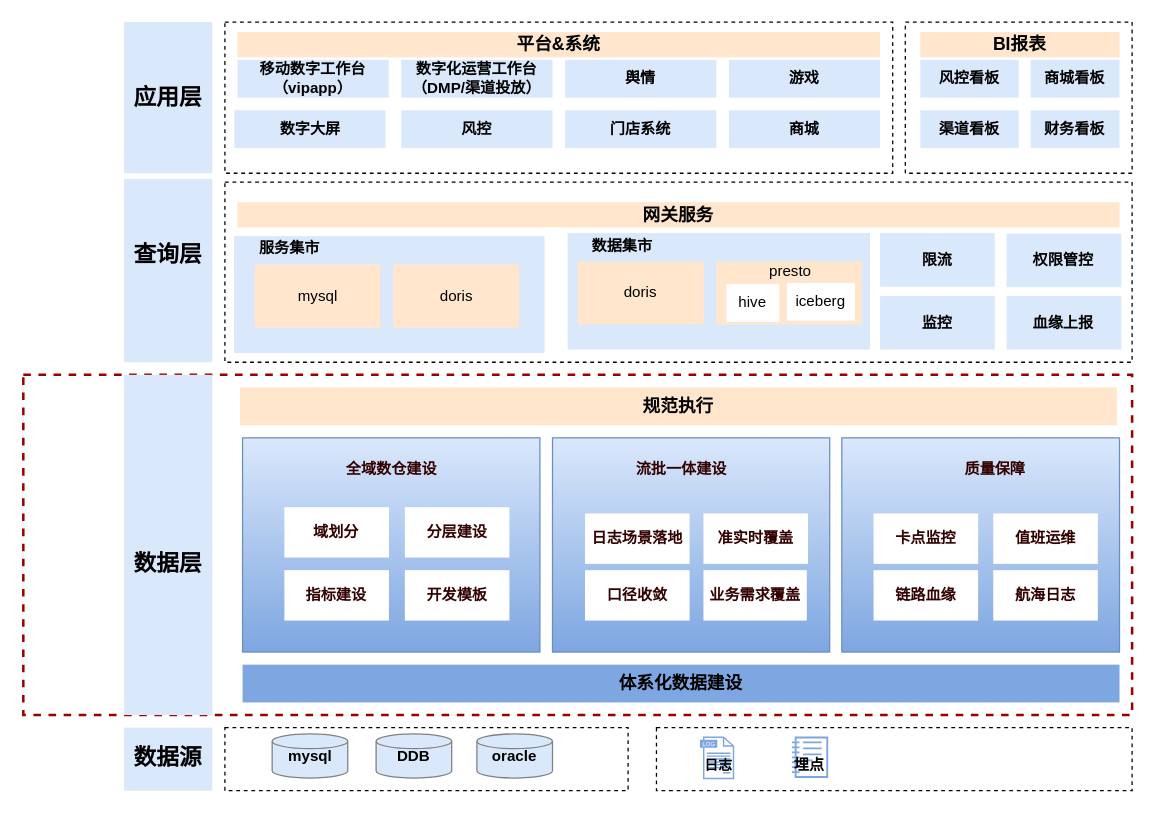
mineminemine123/work-wiki keeps this draw.io diagram as 流量模型设计.drawio. Above is the earlier version. Source tidied: cells renumbered, new cells numbered last; positions are measured from the earlier drawing's top-left corner, leaving out a move shared by most shapes. Both pictures are drawn from the tidied source at 126%, with x=0, y=0 at pixel (23, 21).
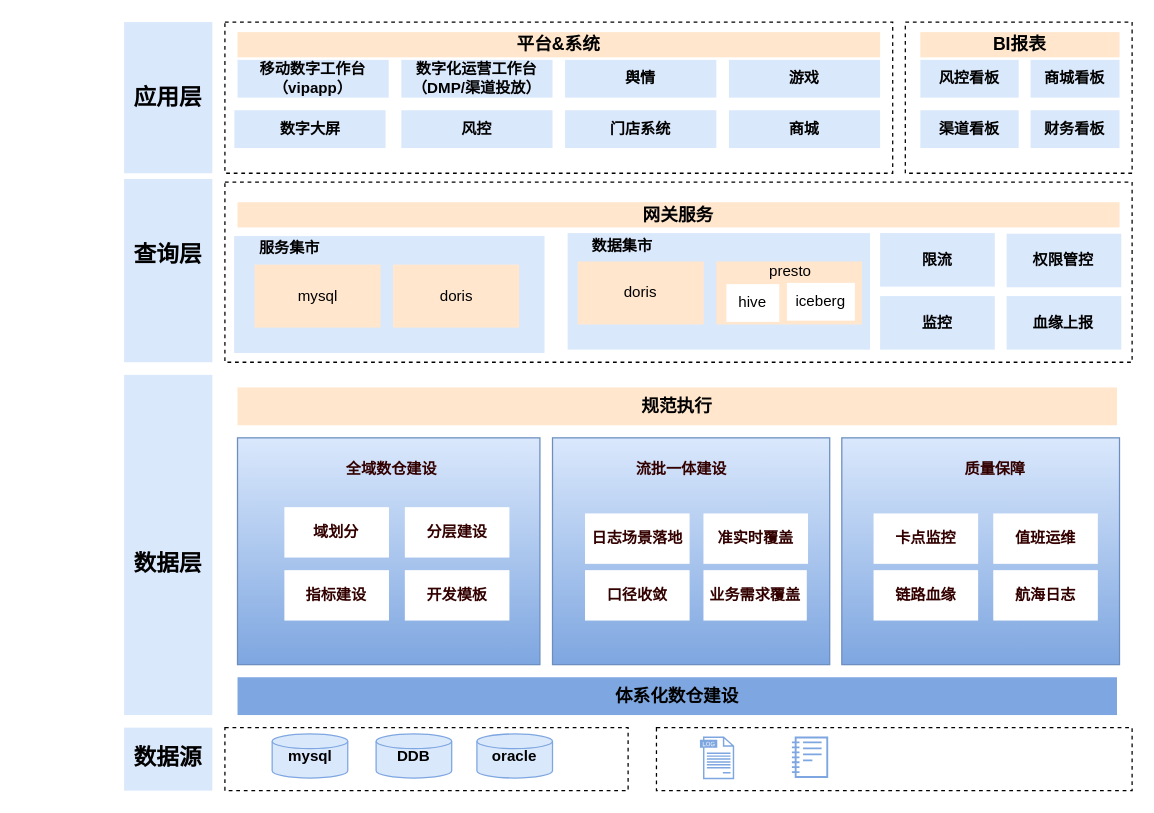
After the change.

Commit message:
更新流量模型设计.drawio

Diff of the diagram source:
```diff
@@
-    <mxCell id="2" style="rounded=0;whiteSpace=wrap;html=1;strokeColor=#990000;strokeWidth=2;dashed=1;fontFamily=微软雅黑;" parent="1" vertex="1">
-      <mxGeometry y="280" width="880" height="270" as="geometry" />
-    </mxCell>
@@
-    <mxCell id="37" value="mysql" style="strokeWidth=1;html=1;shape=mxgraph.flowchart.database;whiteSpace=wrap;fillStyle=auto;strokeColor=#808080;fontFamily=微软雅黑;fillColor=#dae8fc;fontStyle=1;" parent="1" vertex="1">
+    <mxCell id="37" value="mysql" style="strokeWidth=1;html=1;shape=mxgraph.flowchart.database;whiteSpace=wrap;fillStyle=auto;strokeColor=#7EA6E0;fontFamily=微软雅黑;fillColor=#dae8fc;fontStyle=1;" parent="1" vertex="1">
       <mxGeometry x="197.5" y="565" width="60" height="35" as="geometry" />
     </mxCell>
-    <mxCell id="38" value="DDB" style="strokeWidth=1;html=1;shape=mxgraph.flowchart.database;whiteSpace=wrap;fillStyle=auto;strokeColor=#808080;fontFamily=微软雅黑;fillColor=#dae8fc;fontStyle=1;" parent="1" vertex="1">
+    <mxCell id="38" value="DDB" style="strokeWidth=1;html=1;shape=mxgraph.flowchart.database;whiteSpace=wrap;fillStyle=auto;strokeColor=#7EA6E0;fontFamily=微软雅黑;fillColor=#dae8fc;fontStyle=1;" parent="1" vertex="1">
       <mxGeometry x="280" y="565" width="60" height="35" as="geometry" />
     </mxCell>
-    <mxCell id="39" value="oracle" style="strokeWidth=1;html=1;shape=mxgraph.flowchart.database;whiteSpace=wrap;fillStyle=auto;strokeColor=#808080;fontFamily=微软雅黑;fillColor=#DAE8FC;fontStyle=1;" parent="1" vertex="1">
+    <mxCell id="39" value="oracle" style="strokeWidth=1;html=1;shape=mxgraph.flowchart.database;whiteSpace=wrap;fillStyle=auto;strokeColor=#7EA6E0;fontFamily=微软雅黑;fillColor=#DAE8FC;fontStyle=1;" parent="1" vertex="1">
       <mxGeometry x="360" y="565" width="60" height="35" as="geometry" />
     </mxCell>
@@
     <mxCell id="42" style="rounded=0;whiteSpace=wrap;html=1;fillStyle=auto;strokeColor=#6c8ebf;strokeWidth=1;fontFamily=微软雅黑;fillColor=#dae8fc;gradientDirection=south;gradientColor=#7EA6E0;" parent="1" vertex="1">
-      <mxGeometry x="174" y="330" width="236" height="170" as="geometry" />
+      <mxGeometry x="170" y="330" width="240" height="180" as="geometry" />
     </mxCell>
     <mxCell id="43" value="&lt;b&gt;&lt;font style=&quot;font-size: 14px;&quot;&gt;规范执行&lt;/font&gt;&lt;/b&gt;" style="rounded=0;whiteSpace=wrap;html=1;dashed=1;fillStyle=auto;strokeColor=none;strokeWidth=1;fontFamily=微软雅黑;fillColor=#ffe6cc;" parent="1" vertex="1">
-      <mxGeometry x="172" y="290" width="696" height="30" as="geometry" />
+      <mxGeometry x="170" y="290" width="698" height="30" as="geometry" />
     </mxCell>
-    <mxCell id="44" value="埋点" style="text;html=1;strokeColor=none;fillColor=none;align=center;verticalAlign=middle;whiteSpace=wrap;rounded=0;fontFamily=微软雅黑;fontStyle=1;" parent="1" vertex="1">
-      <mxGeometry x="599.2" y="577.4" width="50.4" height="25.2" as="geometry" />
-    </mxCell>
-    <mxCell id="45" value="&lt;b&gt;&lt;font style=&quot;font-size: 14px;&quot;&gt;体系化数据建设&lt;/font&gt;&lt;/b&gt;" style="rounded=0;whiteSpace=wrap;html=1;fillStyle=auto;strokeColor=none;strokeWidth=1;fontFamily=微软雅黑;fillColor=#7EA6E0;" parent="1" vertex="1">
-      <mxGeometry x="174" y="510" width="696" height="30" as="geometry" />
+    <mxCell id="45" value="&lt;b&gt;&lt;font style=&quot;font-size: 14px;&quot;&gt;体系化数仓建设&lt;/font&gt;&lt;/b&gt;" style="rounded=0;whiteSpace=wrap;html=1;fillStyle=auto;strokeColor=none;strokeWidth=1;fontFamily=微软雅黑;fillColor=#7EA6E0;" parent="1" vertex="1">
+      <mxGeometry x="170" y="520" width="698" height="30" as="geometry" />
     </mxCell>
     <mxCell id="46" style="rounded=0;whiteSpace=wrap;html=1;fillStyle=auto;strokeColor=#6c8ebf;strokeWidth=1;fontFamily=微软雅黑;fillColor=#dae8fc;gradientDirection=south;gradientColor=#7EA6E0;" parent="1" vertex="1">
-      <mxGeometry x="420" y="330" width="220" height="170" as="geometry" />
+      <mxGeometry x="420" y="330" width="220" height="180" as="geometry" />
     </mxCell>
     <mxCell id="47" style="rounded=0;whiteSpace=wrap;html=1;fillStyle=auto;strokeColor=#6c8ebf;strokeWidth=1;fontFamily=微软雅黑;fillColor=#dae8fc;gradientDirection=south;gradientColor=#7EA6E0;" parent="1" vertex="1">
-      <mxGeometry x="649.6" y="330" width="220.4" height="170" as="geometry" />
+      <mxGeometry x="649.6" y="330" width="220.4" height="180" as="geometry" />
     </mxCell>
@@
-    <mxCell id="66" value="&lt;font style=&quot;font-size: 11px;&quot;&gt;日志&lt;/font&gt;" style="text;html=1;strokeColor=none;fillColor=none;align=center;verticalAlign=middle;whiteSpace=wrap;rounded=0;fontFamily=微软雅黑;fontStyle=1;" parent="1" vertex="1">
-      <mxGeometry x="526.8" y="577.4" width="50.4" height="25.2" as="geometry" />
-    </mxCell>
```
